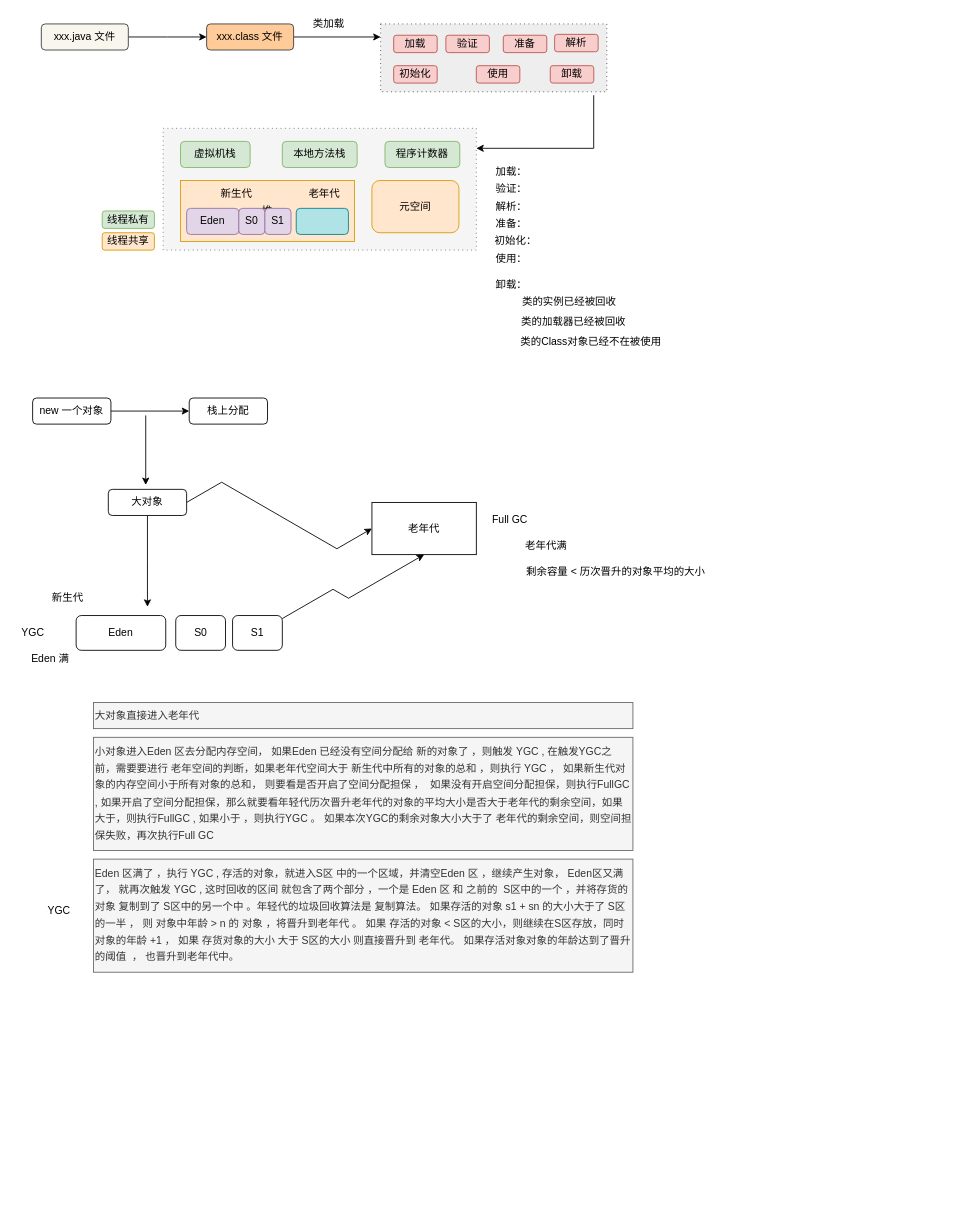
This is page "原理知识" (1 of 2) of JVM.drawio from topyuluo/photo-project, a draw.io file, before an edit. Source tidied: cells renumbered, new cells numbered last; positions are measured from the earlier drawing's top-left corner, leaving out a move shared by most shapes. Both pictures are drawn from the tidied source at 87%, with x=0, y=0 at pixel (15, 15).
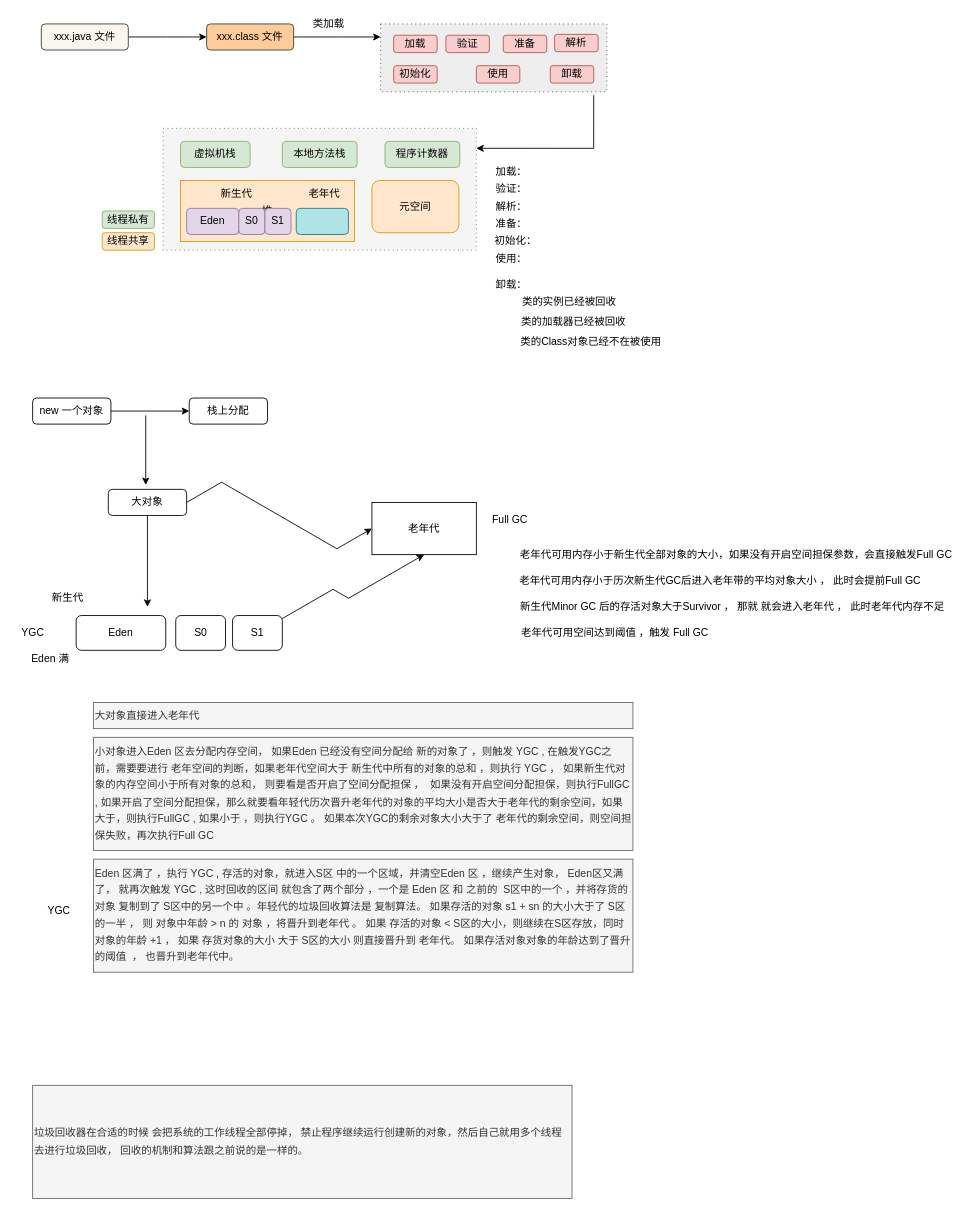
The same diagram, later.

Change to the diagram source:
```diff
@@
-    <mxCell id="60" value="老年代满" style="text;html=1;align=center;verticalAlign=middle;strokeColor=none;" parent="1" vertex="1">
-      <mxGeometry x="580" y="600" width="60" height="20" as="geometry" />
-    </mxCell>
-    <mxCell id="61" value="剩余容量 &amp;lt; 历次晋升的对象平均的大小" style="text;html=1;align=center;verticalAlign=middle;strokeColor=none;" parent="1" vertex="1">
-      <mxGeometry x="580" y="630" width="220" height="20" as="geometry" />
-    </mxCell>
@@
+    <mxCell id="64" value="&lt;p style=&quot;line-height: 160%&quot;&gt;垃圾回收器在合适的时候 会把系统的工作线程全部停掉， 禁止程序继续运行创建新的对象，然后自己就用多个线程去进行垃圾回收， 回收的机制和算法跟之前说的是一样的。&lt;/p&gt;" style="text;html=1;strokeColor=#666666;fillColor=#f5f5f5;align=left;verticalAlign=middle;whiteSpace=wrap;rounded=0;fontColor=#333333;" parent="1" vertex="1">
+      <mxGeometry x="20" y="1230" width="620" height="130" as="geometry" />
+    </mxCell>
+    <mxCell id="65" value="老年代可用内存小于新生代全部对象的大小，如果没有开启空间担保参数，会直接触发Full GC&amp;nbsp;" style="text;html=1;align=center;verticalAlign=middle;strokeColor=none;" parent="1" vertex="1">
+      <mxGeometry x="570" y="610" width="520" height="20" as="geometry" />
+    </mxCell>
+    <mxCell id="66" value="老年代可用内存小于历次新生代GC后进入老年带的平均对象大小 ， 此时会提前Full GC" style="text;html=1;align=center;verticalAlign=middle;strokeColor=none;" parent="1" vertex="1">
+      <mxGeometry x="570" y="640" width="480" height="20" as="geometry" />
+    </mxCell>
+    <mxCell id="67" value="新生代Minor GC 后的存活对象大于Survivor ， 那就 就会进入老年代 ， 此时老年代内存不足" style="text;html=1;align=center;verticalAlign=middle;strokeColor=none;" parent="1" vertex="1">
+      <mxGeometry x="574" y="670" width="500" height="20" as="geometry" />
+    </mxCell>
+    <mxCell id="68" value="老年代可用空间达到阈值 ，触发 Full GC" style="text;html=1;align=center;verticalAlign=middle;strokeColor=none;" parent="1" vertex="1">
+      <mxGeometry x="574" y="700" width="230" height="20" as="geometry" />
+    </mxCell>
```
